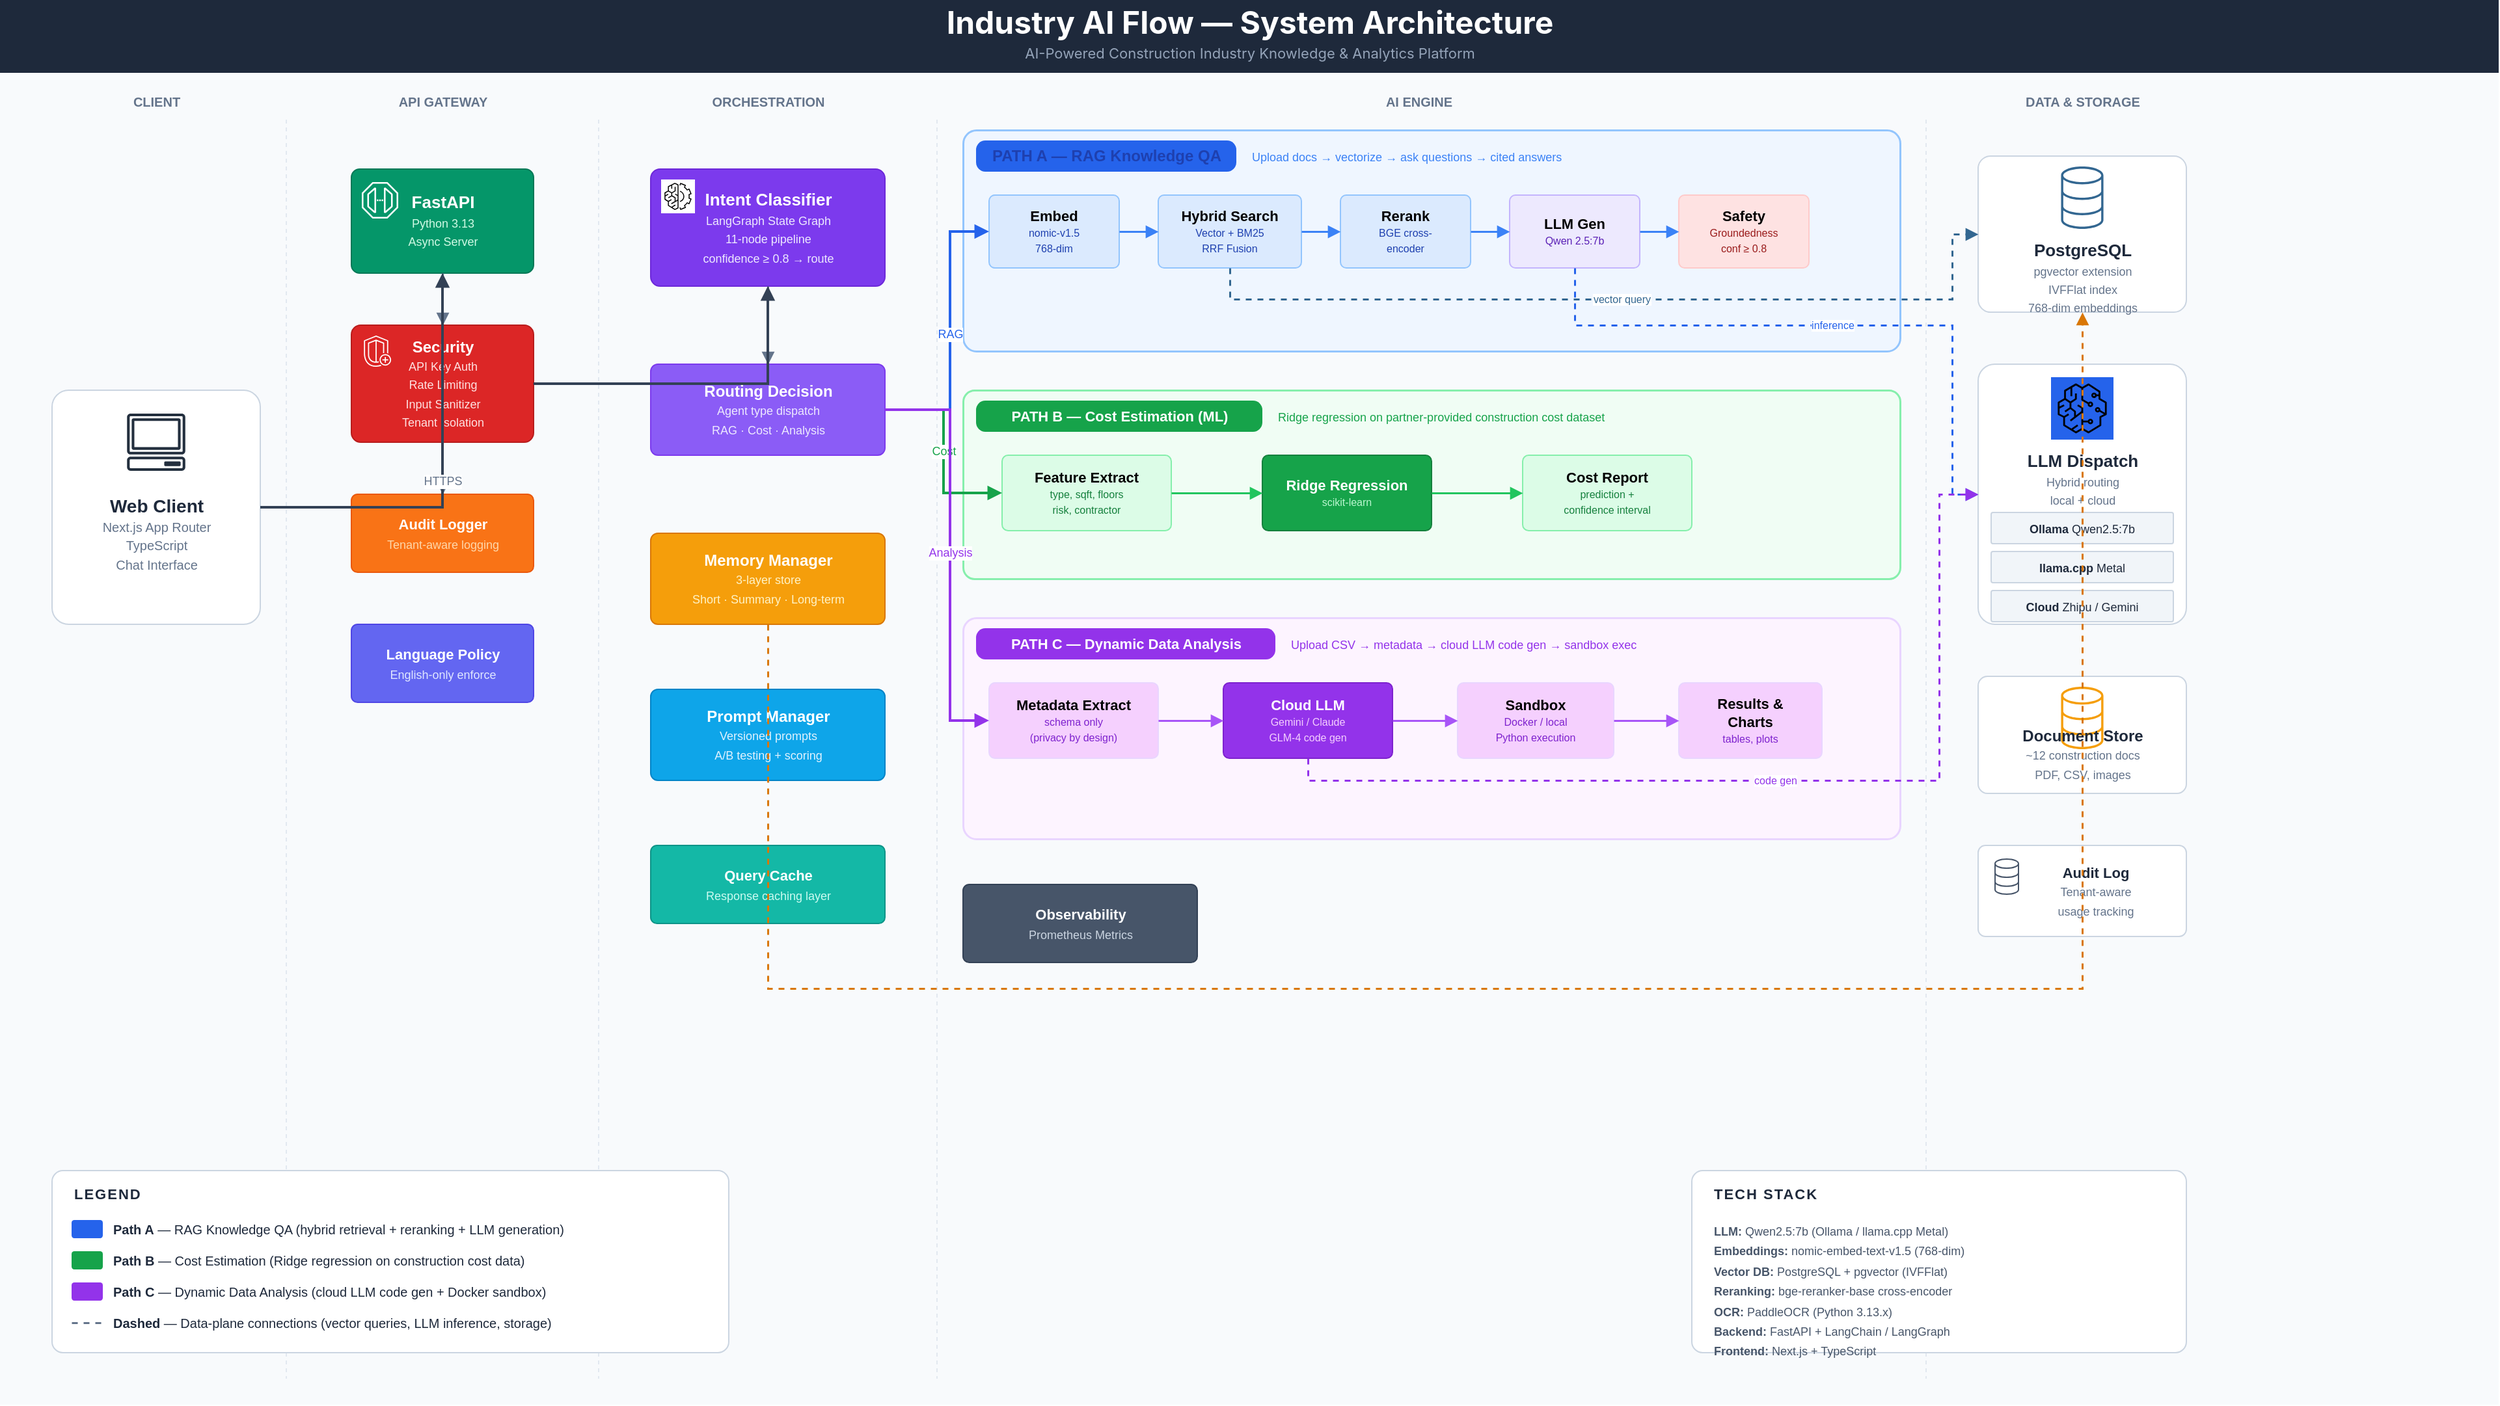
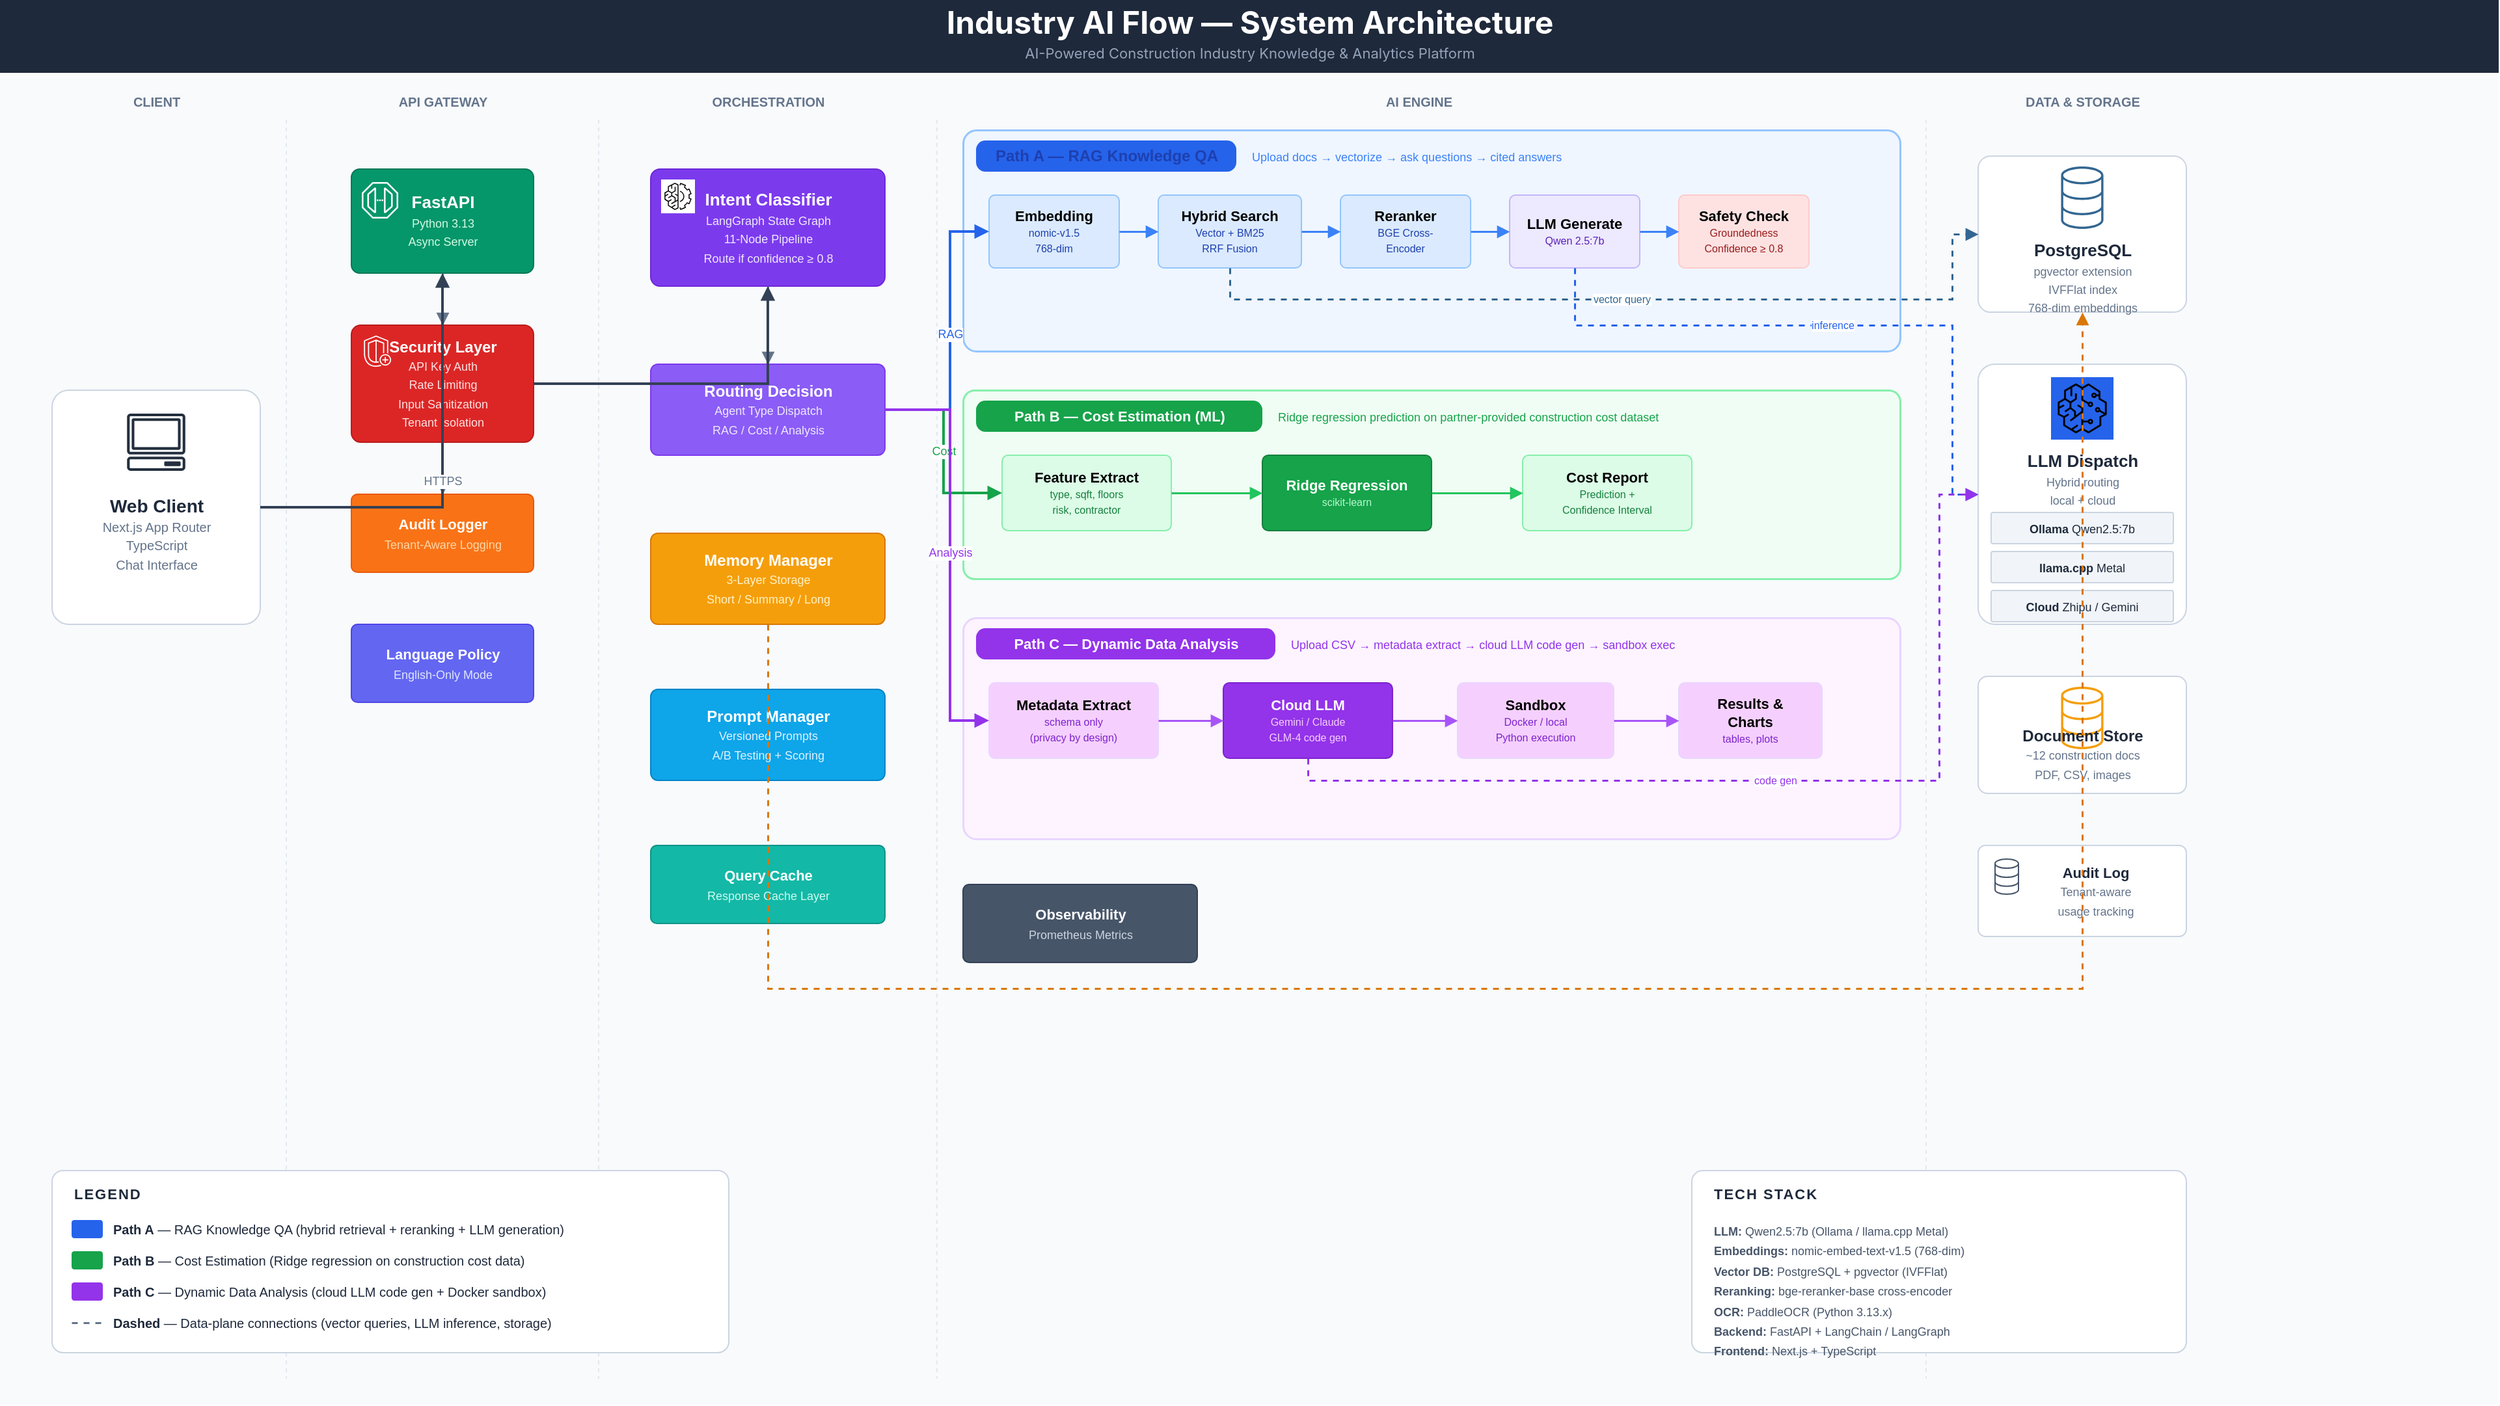
<mxfile host="app.diagrams.net" modified="2026-02-27T22:00:00.000Z" agent="Claude Code" version="24.7.12" type="device">
  <diagram id="page-overview" name="System Overview">
    <mxGraphModel dx="0" dy="0" grid="1" gridSize="10" guides="1" tooltips="1" connect="1" arrows="1" fold="1" page="1" pageScale="1" pageWidth="1920" pageHeight="1080" math="0" shadow="0">
      <root>
        <mxCell id="0"/>
        <mxCell id="1" parent="0"/>

        <!-- ===== BACKGROUND ===== -->
        <mxCell id="bg" value="" style="rounded=0;whiteSpace=wrap;html=1;fillColor=#F8FAFC;strokeColor=none;shadow=0;glass=0;gradientColor=none;" vertex="1" parent="1">
          <mxGeometry x="0" y="0" width="1920" height="1080" as="geometry"/>
        </mxCell>

        <!-- ===== TITLE BAR ===== -->
        <mxCell id="title-bar" value="" style="rounded=0;whiteSpace=wrap;html=1;fillColor=#1E293B;strokeColor=none;shadow=0;glass=0;gradientColor=none;" vertex="1" parent="1">
          <mxGeometry x="0" y="0" width="1920" height="56" as="geometry"/>
        </mxCell>
        <mxCell id="title" value="Industry AI Flow — System Architecture" style="text;html=1;strokeColor=none;fillColor=none;align=center;verticalAlign=middle;fontSize=24;fontStyle=1;fontColor=#FFFFFF;fontFamily=Inter,Helvetica;shadow=0;glass=0;gradientColor=none;" vertex="1" parent="1">
          <mxGeometry x="510" y="4" width="900" height="28" as="geometry"/>
        </mxCell>
        <mxCell id="subtitle" value="AI-Powered Construction Industry Knowledge &amp; Analytics Platform" style="text;html=1;strokeColor=none;fillColor=none;align=center;verticalAlign=middle;fontSize=11;fontColor=#94A3B8;fontFamily=Inter,Helvetica;shadow=0;glass=0;gradientColor=none;" vertex="1" parent="1">
          <mxGeometry x="610" y="32" width="700" height="18" as="geometry"/>
        </mxCell>

        <!-- ===== COLUMN HEADERS (5 columns) ===== -->
        <mxCell id="col1-hdr" value="CLIENT" style="text;html=1;strokeColor=none;fillColor=none;align=center;verticalAlign=middle;fontSize=10;fontStyle=1;fontColor=#64748B;letterSpacing=2;shadow=0;glass=0;gradientColor=none;" vertex="1" parent="1">
          <mxGeometry x="40" y="68" width="160" height="20" as="geometry"/>
        </mxCell>
        <mxCell id="col2-hdr" value="API GATEWAY" style="text;html=1;strokeColor=none;fillColor=none;align=center;verticalAlign=middle;fontSize=10;fontStyle=1;fontColor=#64748B;letterSpacing=2;shadow=0;glass=0;gradientColor=none;" vertex="1" parent="1">
          <mxGeometry x="240" y="68" width="200" height="20" as="geometry"/>
        </mxCell>
        <mxCell id="col3-hdr" value="ORCHESTRATION" style="text;html=1;strokeColor=none;fillColor=none;align=center;verticalAlign=middle;fontSize=10;fontStyle=1;fontColor=#64748B;letterSpacing=2;shadow=0;glass=0;gradientColor=none;" vertex="1" parent="1">
          <mxGeometry x="480" y="68" width="220" height="20" as="geometry"/>
        </mxCell>
        <mxCell id="col4-hdr" value="AI ENGINE" style="text;html=1;strokeColor=none;fillColor=none;align=center;verticalAlign=middle;fontSize=10;fontStyle=1;fontColor=#64748B;letterSpacing=2;shadow=0;glass=0;gradientColor=none;" vertex="1" parent="1">
          <mxGeometry x="740" y="68" width="700" height="20" as="geometry"/>
        </mxCell>
        <mxCell id="col5-hdr" value="DATA &amp; STORAGE" style="text;html=1;strokeColor=none;fillColor=none;align=center;verticalAlign=middle;fontSize=10;fontStyle=1;fontColor=#64748B;letterSpacing=2;shadow=0;glass=0;gradientColor=none;" vertex="1" parent="1">
          <mxGeometry x="1500" y="68" width="200" height="20" as="geometry"/>
        </mxCell>

        <!-- ===== COLUMN DIVIDERS ===== -->
        <mxCell id="div1" value="" style="endArrow=none;dashed=1;html=1;strokeColor=#E2E8F0;strokeWidth=1;shadow=0;glass=0;gradientColor=none;" edge="1" parent="1">
          <mxGeometry relative="1" as="geometry">
            <mxPoint x="220" y="92" as="sourcePoint"/>
            <mxPoint x="220" y="1060" as="targetPoint"/>
          </mxGeometry>
        </mxCell>
        <mxCell id="div2" value="" style="endArrow=none;dashed=1;html=1;strokeColor=#E2E8F0;strokeWidth=1;shadow=0;glass=0;gradientColor=none;" edge="1" parent="1">
          <mxGeometry relative="1" as="geometry">
            <mxPoint x="460" y="92" as="sourcePoint"/>
            <mxPoint x="460" y="1060" as="targetPoint"/>
          </mxGeometry>
        </mxCell>
        <mxCell id="div3" value="" style="endArrow=none;dashed=1;html=1;strokeColor=#E2E8F0;strokeWidth=1;shadow=0;glass=0;gradientColor=none;" edge="1" parent="1">
          <mxGeometry relative="1" as="geometry">
            <mxPoint x="720" y="92" as="sourcePoint"/>
            <mxPoint x="720" y="1060" as="targetPoint"/>
          </mxGeometry>
        </mxCell>
        <mxCell id="div4" value="" style="endArrow=none;dashed=1;html=1;strokeColor=#E2E8F0;strokeWidth=1;shadow=0;glass=0;gradientColor=none;" edge="1" parent="1">
          <mxGeometry relative="1" as="geometry">
            <mxPoint x="1480" y="92" as="sourcePoint"/>
            <mxPoint x="1480" y="1060" as="targetPoint"/>
          </mxGeometry>
        </mxCell>

        <!-- ============================================================ -->
        <!-- COLUMN 1: CLIENT                                             -->
        <!-- ============================================================ -->
        <mxCell id="client-box" value="" style="rounded=1;whiteSpace=wrap;html=1;fillColor=#FFFFFF;strokeColor=#CBD5E1;strokeWidth=1;shadow=0;glass=0;gradientColor=none;arcSize=8;" vertex="1" parent="1">
          <mxGeometry x="40" y="300" width="160" height="180" as="geometry"/>
        </mxCell>
        <mxCell id="client-icon" value="" style="shape=mxgraph.aws4.client;fillColor=#232F3E;strokeColor=none;shadow=0;glass=0;gradientColor=none;" vertex="1" parent="1">
          <mxGeometry x="90" y="318" width="60" height="44" as="geometry"/>
        </mxCell>
        <mxCell id="client-label" value="&lt;b style=&quot;font-size:14px;color:#1E293B&quot;&gt;Web Client&lt;/b&gt;&lt;br&gt;&lt;font style=&quot;font-size:10px;color:#64748B&quot;&gt;Next.js App Router&lt;br&gt;TypeScript&lt;br&gt;Chat Interface&lt;/font&gt;" style="text;html=1;strokeColor=none;fillColor=none;align=center;verticalAlign=top;shadow=0;glass=0;gradientColor=none;" vertex="1" parent="1">
          <mxGeometry x="50" y="374" width="140" height="80" as="geometry"/>
        </mxCell>

        <!-- ============================================================ -->
        <!-- COLUMN 2: API GATEWAY                                        -->
        <!-- ============================================================ -->

        <!-- FastAPI Server -->
        <mxCell id="fastapi-box" value="" style="rounded=1;whiteSpace=wrap;html=1;fillColor=#059669;strokeColor=#047857;strokeWidth=1;shadow=0;glass=0;gradientColor=none;arcSize=8;" vertex="1" parent="1">
          <mxGeometry x="270" y="130" width="140" height="80" as="geometry"/>
        </mxCell>
        <mxCell id="fastapi-icon" value="" style="shape=mxgraph.aws4.endpoint;fillColor=#FFFFFF;strokeColor=none;shadow=0;glass=0;gradientColor=none;" vertex="1" parent="1">
          <mxGeometry x="278" y="140" width="28" height="28" as="geometry"/>
        </mxCell>
        <mxCell id="fastapi-label" value="&lt;b style=&quot;color:#FFFFFF;font-size:13px&quot;&gt;FastAPI&lt;/b&gt;&lt;br&gt;&lt;font style=&quot;font-size:9px;color:#D1FAE5&quot;&gt;Python 3.13&lt;br&gt;Async Server&lt;/font&gt;" style="text;html=1;strokeColor=none;fillColor=none;align=center;verticalAlign=middle;shadow=0;glass=0;gradientColor=none;" vertex="1" parent="1">
          <mxGeometry x="270" y="140" width="140" height="60" as="geometry"/>
        </mxCell>

        <!-- Security -->
        <mxCell id="sec-box" value="" style="rounded=1;whiteSpace=wrap;html=1;fillColor=#DC2626;strokeColor=#B91C1C;strokeWidth=1;shadow=0;glass=0;gradientColor=none;arcSize=8;" vertex="1" parent="1">
          <mxGeometry x="270" y="250" width="140" height="90" as="geometry"/>
        </mxCell>
        <mxCell id="sec-icon" value="" style="shape=mxgraph.aws4.shield;fillColor=#FFFFFF;strokeColor=none;shadow=0;glass=0;gradientColor=none;" vertex="1" parent="1">
          <mxGeometry x="278" y="258" width="24" height="24" as="geometry"/>
        </mxCell>
-         <mxCell id="sec-label" value="&lt;b style=&quot;color:#FFFFFF;font-size:12px&quot;&gt;Security&lt;/b&gt;&lt;br&gt;&lt;font style=&quot;font-size:9px;color:#FEE2E2&quot;&gt;API Key Auth&lt;br&gt;Rate Limiting&lt;br&gt;Input Sanitizer&lt;br&gt;Tenant Isolation&lt;/font&gt;" style="text;html=1;strokeColor=none;fillColor=none;align=center;verticalAlign=middle;shadow=0;glass=0;gradientColor=none;" vertex="1" parent="1">
+         <mxCell id="sec-label" value="&lt;b style=&quot;color:#FFFFFF;font-size:12px&quot;&gt;Security Layer&lt;/b&gt;&lt;br&gt;&lt;font style=&quot;font-size:9px;color:#FEE2E2&quot;&gt;API Key Auth&lt;br&gt;Rate Limiting&lt;br&gt;Input Sanitization&lt;br&gt;Tenant Isolation&lt;/font&gt;" style="text;html=1;strokeColor=none;fillColor=none;align=center;verticalAlign=middle;shadow=0;glass=0;gradientColor=none;" vertex="1" parent="1">
          <mxGeometry x="270" y="254" width="140" height="82" as="geometry"/>
        </mxCell>

        <!-- Rate Limiter -->
        <mxCell id="rate-box" value="" style="rounded=1;whiteSpace=wrap;html=1;fillColor=#F97316;strokeColor=#EA580C;strokeWidth=1;shadow=0;glass=0;gradientColor=none;arcSize=8;" vertex="1" parent="1">
          <mxGeometry x="270" y="380" width="140" height="60" as="geometry"/>
        </mxCell>
-         <mxCell id="rate-label" value="&lt;b style=&quot;color:#FFFFFF;font-size:11px&quot;&gt;Audit Logger&lt;/b&gt;&lt;br&gt;&lt;font style=&quot;font-size:9px;color:#FED7AA&quot;&gt;Tenant-aware logging&lt;/font&gt;" style="text;html=1;strokeColor=none;fillColor=none;align=center;verticalAlign=middle;shadow=0;glass=0;gradientColor=none;" vertex="1" parent="1">
+         <mxCell id="rate-label" value="&lt;b style=&quot;color:#FFFFFF;font-size:11px&quot;&gt;Audit Logger&lt;/b&gt;&lt;br&gt;&lt;font style=&quot;font-size:9px;color:#FED7AA&quot;&gt;Tenant-Aware Logging&lt;/font&gt;" style="text;html=1;strokeColor=none;fillColor=none;align=center;verticalAlign=middle;shadow=0;glass=0;gradientColor=none;" vertex="1" parent="1">
          <mxGeometry x="270" y="380" width="140" height="60" as="geometry"/>
        </mxCell>

        <!-- Language Policy -->
        <mxCell id="lang-box" value="" style="rounded=1;whiteSpace=wrap;html=1;fillColor=#6366F1;strokeColor=#4F46E5;strokeWidth=1;shadow=0;glass=0;gradientColor=none;arcSize=8;" vertex="1" parent="1">
          <mxGeometry x="270" y="480" width="140" height="60" as="geometry"/>
        </mxCell>
-         <mxCell id="lang-label" value="&lt;b style=&quot;color:#FFFFFF;font-size:11px&quot;&gt;Language Policy&lt;/b&gt;&lt;br&gt;&lt;font style=&quot;font-size:9px;color:#E0E7FF&quot;&gt;English-only enforce&lt;/font&gt;" style="text;html=1;strokeColor=none;fillColor=none;align=center;verticalAlign=middle;shadow=0;glass=0;gradientColor=none;" vertex="1" parent="1">
+         <mxCell id="lang-label" value="&lt;b style=&quot;color:#FFFFFF;font-size:11px&quot;&gt;Language Policy&lt;/b&gt;&lt;br&gt;&lt;font style=&quot;font-size:9px;color:#E0E7FF&quot;&gt;English-Only Mode&lt;/font&gt;" style="text;html=1;strokeColor=none;fillColor=none;align=center;verticalAlign=middle;shadow=0;glass=0;gradientColor=none;" vertex="1" parent="1">
          <mxGeometry x="270" y="480" width="140" height="60" as="geometry"/>
        </mxCell>

        <!-- Gateway internal arrows -->
        <mxCell id="gw-a1" style="edgeStyle=orthogonalEdgeStyle;orthogonalLoop=1;html=1;endArrow=block;endFill=1;strokeColor=#64748B;strokeWidth=1.5;shadow=0;glass=0;gradientColor=none;rounded=0;" edge="1" parent="1" source="fastapi-box" target="sec-box">
          <mxGeometry relative="1" as="geometry"/>
        </mxCell>
        <mxCell id="gw-a2" style="edgeStyle=orthogonalEdgeStyle;orthogonalLoop=1;html=1;endArrow=block;endFill=1;strokeColor=#64748B;strokeWidth=1.5;shadow=0;glass=0;gradientColor=none;rounded=0;" edge="1" parent="1" source="sec-box" target="rate-box">
          <mxGeometry relative="1" as="geometry"/>
        </mxCell>

        <!-- ============================================================ -->
        <!-- COLUMN 3: ORCHESTRATION                                      -->
        <!-- ============================================================ -->

        <!-- Intent Classification -->
        <mxCell id="intent-box" value="" style="rounded=1;whiteSpace=wrap;html=1;fillColor=#7C3AED;strokeColor=#6D28D9;strokeWidth=1;shadow=0;glass=0;gradientColor=none;arcSize=8;" vertex="1" parent="1">
          <mxGeometry x="500" y="130" width="180" height="90" as="geometry"/>
        </mxCell>
        <mxCell id="intent-icon" value="" style="shape=mxgraph.aws4.resourceIcon;resIcon=mxgraph.aws4.machine_learning;fillColor=#FFFFFF;strokeColor=none;shadow=0;glass=0;gradientColor=none;" vertex="1" parent="1">
          <mxGeometry x="508" y="138" width="26" height="26" as="geometry"/>
        </mxCell>
-         <mxCell id="intent-label" value="&lt;b style=&quot;color:#FFFFFF;font-size:13px&quot;&gt;Intent Classifier&lt;/b&gt;&lt;br&gt;&lt;font style=&quot;font-size:9px;color:#EDE9FE&quot;&gt;LangGraph State Graph&lt;br&gt;11-node pipeline&lt;br&gt;confidence ≥ 0.8 → route&lt;/font&gt;" style="text;html=1;strokeColor=none;fillColor=none;align=center;verticalAlign=middle;shadow=0;glass=0;gradientColor=none;" vertex="1" parent="1">
+         <mxCell id="intent-label" value="&lt;b style=&quot;color:#FFFFFF;font-size:13px&quot;&gt;Intent Classifier&lt;/b&gt;&lt;br&gt;&lt;font style=&quot;font-size:9px;color:#EDE9FE&quot;&gt;LangGraph State Graph&lt;br&gt;11-Node Pipeline&lt;br&gt;Route if confidence &amp;ge; 0.8&lt;/font&gt;" style="text;html=1;strokeColor=none;fillColor=none;align=center;verticalAlign=middle;shadow=0;glass=0;gradientColor=none;" vertex="1" parent="1">
          <mxGeometry x="500" y="135" width="180" height="80" as="geometry"/>
        </mxCell>

        <!-- Route Decision -->
        <mxCell id="route-box" value="" style="rounded=1;whiteSpace=wrap;html=1;fillColor=#8B5CF6;strokeColor=#7C3AED;strokeWidth=1;shadow=0;glass=0;gradientColor=none;arcSize=8;" vertex="1" parent="1">
          <mxGeometry x="500" y="280" width="180" height="70" as="geometry"/>
        </mxCell>
-         <mxCell id="route-label" value="&lt;b style=&quot;color:#FFFFFF;font-size:12px&quot;&gt;Routing Decision&lt;/b&gt;&lt;br&gt;&lt;font style=&quot;font-size:9px;color:#EDE9FE&quot;&gt;Agent type dispatch&lt;br&gt;RAG · Cost · Analysis&lt;/font&gt;" style="text;html=1;strokeColor=none;fillColor=none;align=center;verticalAlign=middle;shadow=0;glass=0;gradientColor=none;" vertex="1" parent="1">
+         <mxCell id="route-label" value="&lt;b style=&quot;color:#FFFFFF;font-size:12px&quot;&gt;Routing Decision&lt;/b&gt;&lt;br&gt;&lt;font style=&quot;font-size:9px;color:#EDE9FE&quot;&gt;Agent Type Dispatch&lt;br&gt;RAG / Cost / Analysis&lt;/font&gt;" style="text;html=1;strokeColor=none;fillColor=none;align=center;verticalAlign=middle;shadow=0;glass=0;gradientColor=none;" vertex="1" parent="1">
          <mxGeometry x="500" y="280" width="180" height="70" as="geometry"/>
        </mxCell>

        <!-- Memory Manager -->
        <mxCell id="mem-box" value="" style="rounded=1;whiteSpace=wrap;html=1;fillColor=#F59E0B;strokeColor=#D97706;strokeWidth=1;shadow=0;glass=0;gradientColor=none;arcSize=8;" vertex="1" parent="1">
          <mxGeometry x="500" y="410" width="180" height="70" as="geometry"/>
        </mxCell>
-         <mxCell id="mem-label" value="&lt;b style=&quot;color:#FFFFFF;font-size:12px&quot;&gt;Memory Manager&lt;/b&gt;&lt;br&gt;&lt;font style=&quot;font-size:9px;color:#FEF3C7&quot;&gt;3-layer store&lt;br&gt;Short · Summary · Long-term&lt;/font&gt;" style="text;html=1;strokeColor=none;fillColor=none;align=center;verticalAlign=middle;shadow=0;glass=0;gradientColor=none;" vertex="1" parent="1">
+         <mxCell id="mem-label" value="&lt;b style=&quot;color:#FFFFFF;font-size:12px&quot;&gt;Memory Manager&lt;/b&gt;&lt;br&gt;&lt;font style=&quot;font-size:9px;color:#FEF3C7&quot;&gt;3-Layer Storage&lt;br&gt;Short / Summary / Long&lt;/font&gt;" style="text;html=1;strokeColor=none;fillColor=none;align=center;verticalAlign=middle;shadow=0;glass=0;gradientColor=none;" vertex="1" parent="1">
          <mxGeometry x="500" y="410" width="180" height="70" as="geometry"/>
        </mxCell>

        <!-- Prompt Manager -->
        <mxCell id="prompt-box" value="" style="rounded=1;whiteSpace=wrap;html=1;fillColor=#0EA5E9;strokeColor=#0284C7;strokeWidth=1;shadow=0;glass=0;gradientColor=none;arcSize=8;" vertex="1" parent="1">
          <mxGeometry x="500" y="530" width="180" height="70" as="geometry"/>
        </mxCell>
-         <mxCell id="prompt-label" value="&lt;b style=&quot;color:#FFFFFF;font-size:12px&quot;&gt;Prompt Manager&lt;/b&gt;&lt;br&gt;&lt;font style=&quot;font-size:9px;color:#E0F2FE&quot;&gt;Versioned prompts&lt;br&gt;A/B testing + scoring&lt;/font&gt;" style="text;html=1;strokeColor=none;fillColor=none;align=center;verticalAlign=middle;shadow=0;glass=0;gradientColor=none;" vertex="1" parent="1">
+         <mxCell id="prompt-label" value="&lt;b style=&quot;color:#FFFFFF;font-size:12px&quot;&gt;Prompt Manager&lt;/b&gt;&lt;br&gt;&lt;font style=&quot;font-size:9px;color:#E0F2FE&quot;&gt;Versioned Prompts&lt;br&gt;A/B Testing + Scoring&lt;/font&gt;" style="text;html=1;strokeColor=none;fillColor=none;align=center;verticalAlign=middle;shadow=0;glass=0;gradientColor=none;" vertex="1" parent="1">
          <mxGeometry x="500" y="530" width="180" height="70" as="geometry"/>
        </mxCell>

        <!-- Query Cache -->
        <mxCell id="cache-box" value="" style="rounded=1;whiteSpace=wrap;html=1;fillColor=#14B8A6;strokeColor=#0D9488;strokeWidth=1;shadow=0;glass=0;gradientColor=none;arcSize=8;" vertex="1" parent="1">
          <mxGeometry x="500" y="650" width="180" height="60" as="geometry"/>
        </mxCell>
-         <mxCell id="cache-label" value="&lt;b style=&quot;color:#FFFFFF;font-size:11px&quot;&gt;Query Cache&lt;/b&gt;&lt;br&gt;&lt;font style=&quot;font-size:9px;color:#CCFBF1&quot;&gt;Response caching layer&lt;/font&gt;" style="text;html=1;strokeColor=none;fillColor=none;align=center;verticalAlign=middle;shadow=0;glass=0;gradientColor=none;" vertex="1" parent="1">
+         <mxCell id="cache-label" value="&lt;b style=&quot;color:#FFFFFF;font-size:11px&quot;&gt;Query Cache&lt;/b&gt;&lt;br&gt;&lt;font style=&quot;font-size:9px;color:#CCFBF1&quot;&gt;Response Cache Layer&lt;/font&gt;" style="text;html=1;strokeColor=none;fillColor=none;align=center;verticalAlign=middle;shadow=0;glass=0;gradientColor=none;" vertex="1" parent="1">
          <mxGeometry x="500" y="650" width="180" height="60" as="geometry"/>
        </mxCell>

        <!-- Orchestration internal arrows -->
        <mxCell id="orch-a1" style="edgeStyle=orthogonalEdgeStyle;orthogonalLoop=1;html=1;endArrow=block;endFill=1;strokeColor=#64748B;strokeWidth=1.5;shadow=0;glass=0;gradientColor=none;rounded=0;" edge="1" parent="1" source="intent-box" target="route-box">
          <mxGeometry relative="1" as="geometry"/>
        </mxCell>

        <!-- ============================================================ -->
        <!-- COLUMN 4: AI ENGINE — PATH A: RAG Knowledge QA               -->
        <!-- ============================================================ -->

        <!-- RAG Container -->
        <mxCell id="rag-container" value="" style="rounded=1;whiteSpace=wrap;html=1;fillColor=#EFF6FF;strokeColor=#93C5FD;strokeWidth=1.5;shadow=0;glass=0;gradientColor=none;arcSize=6;" vertex="1" parent="1">
          <mxGeometry x="740" y="100" width="720" height="170" as="geometry"/>
        </mxCell>
-         <mxCell id="rag-badge" value="&lt;b style=&quot;color:#1E40AF;font-size:12px&quot;&gt;PATH A — RAG Knowledge QA&lt;/b&gt;" style="text;html=1;strokeColor=none;fillColor=#2563EB;fontColor=#FFFFFF;align=center;verticalAlign=middle;rounded=1;arcSize=30;shadow=0;glass=0;gradientColor=none;spacingLeft=8;spacingRight=8;fontSize=11;" vertex="1" parent="1">
+         <mxCell id="rag-badge" value="&lt;b style=&quot;color:#1E40AF;font-size:12px&quot;&gt;Path A — RAG Knowledge QA&lt;/b&gt;" style="text;html=1;strokeColor=none;fillColor=#2563EB;fontColor=#FFFFFF;align=center;verticalAlign=middle;rounded=1;arcSize=30;shadow=0;glass=0;gradientColor=none;spacingLeft=8;spacingRight=8;fontSize=11;" vertex="1" parent="1">
          <mxGeometry x="750" y="108" width="200" height="24" as="geometry"/>
        </mxCell>
        <mxCell id="rag-desc" value="&lt;font style=&quot;font-size:9px;color:#3B82F6&quot;&gt;Upload docs → vectorize → ask questions → cited answers&lt;/font&gt;" style="text;html=1;strokeColor=none;fillColor=none;align=left;verticalAlign=middle;shadow=0;glass=0;gradientColor=none;" vertex="1" parent="1">
          <mxGeometry x="960" y="108" width="340" height="24" as="geometry"/>
        </mxCell>

        <!-- Embed -->
-         <mxCell id="rag-embed" value="&lt;b style=&quot;font-size:11px&quot;&gt;Embed&lt;/b&gt;&lt;br&gt;&lt;font style=&quot;font-size:8px;color:#1E40AF&quot;&gt;nomic-v1.5&lt;br&gt;768-dim&lt;/font&gt;" style="rounded=1;whiteSpace=wrap;html=1;fillColor=#DBEAFE;strokeColor=#93C5FD;strokeWidth=1;fontSize=10;arcSize=8;shadow=0;glass=0;gradientColor=none;" vertex="1" parent="1">
+         <mxCell id="rag-embed" value="&lt;b style=&quot;font-size:11px&quot;&gt;Embedding&lt;/b&gt;&lt;br&gt;&lt;font style=&quot;font-size:8px;color:#1E40AF&quot;&gt;nomic-v1.5&lt;br&gt;768-dim&lt;/font&gt;" style="rounded=1;whiteSpace=wrap;html=1;fillColor=#DBEAFE;strokeColor=#93C5FD;strokeWidth=1;fontSize=10;arcSize=8;shadow=0;glass=0;gradientColor=none;" vertex="1" parent="1">
          <mxGeometry x="760" y="150" width="100" height="56" as="geometry"/>
        </mxCell>
        <!-- Hybrid Search -->
        <mxCell id="rag-search" value="&lt;b style=&quot;font-size:11px&quot;&gt;Hybrid Search&lt;/b&gt;&lt;br&gt;&lt;font style=&quot;font-size:8px;color:#1E40AF&quot;&gt;Vector + BM25&lt;br&gt;RRF Fusion&lt;/font&gt;" style="rounded=1;whiteSpace=wrap;html=1;fillColor=#DBEAFE;strokeColor=#93C5FD;strokeWidth=1;fontSize=10;arcSize=8;shadow=0;glass=0;gradientColor=none;" vertex="1" parent="1">
          <mxGeometry x="890" y="150" width="110" height="56" as="geometry"/>
        </mxCell>
        <!-- Reranker -->
-         <mxCell id="rag-rerank" value="&lt;b style=&quot;font-size:11px&quot;&gt;Rerank&lt;/b&gt;&lt;br&gt;&lt;font style=&quot;font-size:8px;color:#1E40AF&quot;&gt;BGE cross-&lt;br&gt;encoder&lt;/font&gt;" style="rounded=1;whiteSpace=wrap;html=1;fillColor=#DBEAFE;strokeColor=#93C5FD;strokeWidth=1;fontSize=10;arcSize=8;shadow=0;glass=0;gradientColor=none;" vertex="1" parent="1">
+         <mxCell id="rag-rerank" value="&lt;b style=&quot;font-size:11px&quot;&gt;Reranker&lt;/b&gt;&lt;br&gt;&lt;font style=&quot;font-size:8px;color:#1E40AF&quot;&gt;BGE Cross-&lt;br&gt;Encoder&lt;/font&gt;" style="rounded=1;whiteSpace=wrap;html=1;fillColor=#DBEAFE;strokeColor=#93C5FD;strokeWidth=1;fontSize=10;arcSize=8;shadow=0;glass=0;gradientColor=none;" vertex="1" parent="1">
          <mxGeometry x="1030" y="150" width="100" height="56" as="geometry"/>
        </mxCell>
        <!-- LLM Generate -->
-         <mxCell id="rag-llm" value="&lt;b style=&quot;font-size:11px&quot;&gt;LLM Gen&lt;/b&gt;&lt;br&gt;&lt;font style=&quot;font-size:8px;color:#5B21B6&quot;&gt;Qwen 2.5:7b&lt;/font&gt;" style="rounded=1;whiteSpace=wrap;html=1;fillColor=#EDE9FE;strokeColor=#C4B5FD;strokeWidth=1;fontSize=10;arcSize=8;shadow=0;glass=0;gradientColor=none;" vertex="1" parent="1">
+         <mxCell id="rag-llm" value="&lt;b style=&quot;font-size:11px&quot;&gt;LLM Generate&lt;/b&gt;&lt;br&gt;&lt;font style=&quot;font-size:8px;color:#5B21B6&quot;&gt;Qwen 2.5:7b&lt;/font&gt;" style="rounded=1;whiteSpace=wrap;html=1;fillColor=#EDE9FE;strokeColor=#C4B5FD;strokeWidth=1;fontSize=10;arcSize=8;shadow=0;glass=0;gradientColor=none;" vertex="1" parent="1">
          <mxGeometry x="1160" y="150" width="100" height="56" as="geometry"/>
        </mxCell>
        <!-- Safety / Groundedness -->
-         <mxCell id="rag-safety" value="&lt;b style=&quot;font-size:11px&quot;&gt;Safety&lt;/b&gt;&lt;br&gt;&lt;font style=&quot;font-size:8px;color:#991B1B&quot;&gt;Groundedness&lt;br&gt;conf ≥ 0.8&lt;/font&gt;" style="rounded=1;whiteSpace=wrap;html=1;fillColor=#FEE2E2;strokeColor=#FECACA;strokeWidth=1;fontSize=10;arcSize=8;shadow=0;glass=0;gradientColor=none;" vertex="1" parent="1">
+         <mxCell id="rag-safety" value="&lt;b style=&quot;font-size:11px&quot;&gt;Safety Check&lt;/b&gt;&lt;br&gt;&lt;font style=&quot;font-size:8px;color:#991B1B&quot;&gt;Groundedness&lt;br&gt;Confidence ≥ 0.8&lt;/font&gt;" style="rounded=1;whiteSpace=wrap;html=1;fillColor=#FEE2E2;strokeColor=#FECACA;strokeWidth=1;fontSize=10;arcSize=8;shadow=0;glass=0;gradientColor=none;" vertex="1" parent="1">
          <mxGeometry x="1290" y="150" width="100" height="56" as="geometry"/>
        </mxCell>

        <!-- RAG arrows -->
        <mxCell id="ra1" style="edgeStyle=orthogonalEdgeStyle;orthogonalLoop=1;html=1;endArrow=block;endFill=1;strokeColor=#3B82F6;strokeWidth=1.5;shadow=0;glass=0;gradientColor=none;rounded=0;" edge="1" parent="1" source="rag-embed" target="rag-search">
          <mxGeometry relative="1" as="geometry"/>
        </mxCell>
        <mxCell id="ra2" style="edgeStyle=orthogonalEdgeStyle;orthogonalLoop=1;html=1;endArrow=block;endFill=1;strokeColor=#3B82F6;strokeWidth=1.5;shadow=0;glass=0;gradientColor=none;rounded=0;" edge="1" parent="1" source="rag-search" target="rag-rerank">
          <mxGeometry relative="1" as="geometry"/>
        </mxCell>
        <mxCell id="ra3" style="edgeStyle=orthogonalEdgeStyle;orthogonalLoop=1;html=1;endArrow=block;endFill=1;strokeColor=#3B82F6;strokeWidth=1.5;shadow=0;glass=0;gradientColor=none;rounded=0;" edge="1" parent="1" source="rag-rerank" target="rag-llm">
          <mxGeometry relative="1" as="geometry"/>
        </mxCell>
        <mxCell id="ra4" style="edgeStyle=orthogonalEdgeStyle;orthogonalLoop=1;html=1;endArrow=block;endFill=1;strokeColor=#3B82F6;strokeWidth=1.5;shadow=0;glass=0;gradientColor=none;rounded=0;" edge="1" parent="1" source="rag-llm" target="rag-safety">
          <mxGeometry relative="1" as="geometry"/>
        </mxCell>

        <!-- ============================================================ -->
        <!-- COLUMN 4: AI ENGINE — PATH B: Cost Estimation                -->
        <!-- ============================================================ -->

        <!-- Cost Container -->
        <mxCell id="cost-container" value="" style="rounded=1;whiteSpace=wrap;html=1;fillColor=#F0FDF4;strokeColor=#86EFAC;strokeWidth=1.5;shadow=0;glass=0;gradientColor=none;arcSize=6;" vertex="1" parent="1">
          <mxGeometry x="740" y="300" width="720" height="145" as="geometry"/>
        </mxCell>
-         <mxCell id="cost-badge" value="&lt;b style=&quot;color:#FFFFFF;font-size:11px&quot;&gt;PATH B — Cost Estimation (ML)&lt;/b&gt;" style="text;html=1;strokeColor=none;fillColor=#16A34A;align=center;verticalAlign=middle;rounded=1;arcSize=30;shadow=0;glass=0;gradientColor=none;spacingLeft=8;spacingRight=8;" vertex="1" parent="1">
+         <mxCell id="cost-badge" value="&lt;b style=&quot;color:#FFFFFF;font-size:11px&quot;&gt;Path B — Cost Estimation (ML)&lt;/b&gt;" style="text;html=1;strokeColor=none;fillColor=#16A34A;align=center;verticalAlign=middle;rounded=1;arcSize=30;shadow=0;glass=0;gradientColor=none;spacingLeft=8;spacingRight=8;" vertex="1" parent="1">
          <mxGeometry x="750" y="308" width="220" height="24" as="geometry"/>
        </mxCell>
-         <mxCell id="cost-desc" value="&lt;font style=&quot;font-size:9px;color:#16A34A&quot;&gt;Ridge regression on partner-provided construction cost dataset&lt;/font&gt;" style="text;html=1;strokeColor=none;fillColor=none;align=left;verticalAlign=middle;shadow=0;glass=0;gradientColor=none;" vertex="1" parent="1">
+         <mxCell id="cost-desc" value="&lt;font style=&quot;font-size:9px;color:#16A34A&quot;&gt;Ridge regression prediction on partner-provided construction cost dataset&lt;/font&gt;" style="text;html=1;strokeColor=none;fillColor=none;align=left;verticalAlign=middle;shadow=0;glass=0;gradientColor=none;" vertex="1" parent="1">
          <mxGeometry x="980" y="308" width="380" height="24" as="geometry"/>
        </mxCell>

        <!-- Feature Extraction -->
        <mxCell id="cost-feat" value="&lt;b style=&quot;font-size:11px&quot;&gt;Feature Extract&lt;/b&gt;&lt;br&gt;&lt;font style=&quot;font-size:8px;color:#15803D&quot;&gt;type, sqft, floors&lt;br&gt;risk, contractor&lt;/font&gt;" style="rounded=1;whiteSpace=wrap;html=1;fillColor=#DCFCE7;strokeColor=#86EFAC;strokeWidth=1;fontSize=10;arcSize=8;shadow=0;glass=0;gradientColor=none;" vertex="1" parent="1">
          <mxGeometry x="770" y="350" width="130" height="58" as="geometry"/>
        </mxCell>
        <!-- Ridge Regression -->
        <mxCell id="cost-model" value="&lt;b style=&quot;font-size:11px;color:#FFFFFF&quot;&gt;Ridge Regression&lt;/b&gt;&lt;br&gt;&lt;font style=&quot;font-size:8px;color:#BBF7D0&quot;&gt;scikit-learn&lt;/font&gt;" style="rounded=1;whiteSpace=wrap;html=1;fillColor=#16A34A;strokeColor=#15803D;strokeWidth=1;fontSize=10;arcSize=8;shadow=0;glass=0;gradientColor=none;" vertex="1" parent="1">
          <mxGeometry x="970" y="350" width="130" height="58" as="geometry"/>
        </mxCell>
        <!-- Cost Report -->
-         <mxCell id="cost-result" value="&lt;b style=&quot;font-size:11px&quot;&gt;Cost Report&lt;/b&gt;&lt;br&gt;&lt;font style=&quot;font-size:8px;color:#15803D&quot;&gt;prediction +&lt;br&gt;confidence interval&lt;/font&gt;" style="rounded=1;whiteSpace=wrap;html=1;fillColor=#DCFCE7;strokeColor=#86EFAC;strokeWidth=1;fontSize=10;arcSize=8;shadow=0;glass=0;gradientColor=none;" vertex="1" parent="1">
+         <mxCell id="cost-result" value="&lt;b style=&quot;font-size:11px&quot;&gt;Cost Report&lt;/b&gt;&lt;br&gt;&lt;font style=&quot;font-size:8px;color:#15803D&quot;&gt;Prediction +&lt;br&gt;Confidence Interval&lt;/font&gt;" style="rounded=1;whiteSpace=wrap;html=1;fillColor=#DCFCE7;strokeColor=#86EFAC;strokeWidth=1;fontSize=10;arcSize=8;shadow=0;glass=0;gradientColor=none;" vertex="1" parent="1">
          <mxGeometry x="1170" y="350" width="130" height="58" as="geometry"/>
        </mxCell>

        <!-- Cost arrows -->
        <mxCell id="ca1" style="edgeStyle=orthogonalEdgeStyle;orthogonalLoop=1;html=1;endArrow=block;endFill=1;strokeColor=#22C55E;strokeWidth=1.5;shadow=0;glass=0;gradientColor=none;rounded=0;" edge="1" parent="1" source="cost-feat" target="cost-model">
          <mxGeometry relative="1" as="geometry"/>
        </mxCell>
        <mxCell id="ca2" style="edgeStyle=orthogonalEdgeStyle;orthogonalLoop=1;html=1;endArrow=block;endFill=1;strokeColor=#22C55E;strokeWidth=1.5;shadow=0;glass=0;gradientColor=none;rounded=0;" edge="1" parent="1" source="cost-model" target="cost-result">
          <mxGeometry relative="1" as="geometry"/>
        </mxCell>

        <!-- ============================================================ -->
        <!-- COLUMN 4: AI ENGINE — PATH C: Dynamic Data Analysis          -->
        <!-- ============================================================ -->

        <!-- Data Analysis Container -->
        <mxCell id="data-container" value="" style="rounded=1;whiteSpace=wrap;html=1;fillColor=#FDF4FF;strokeColor=#E9D5FF;strokeWidth=1.5;shadow=0;glass=0;gradientColor=none;arcSize=6;" vertex="1" parent="1">
          <mxGeometry x="740" y="475" width="720" height="170" as="geometry"/>
        </mxCell>
-         <mxCell id="data-badge" value="&lt;b style=&quot;color:#FFFFFF;font-size:11px&quot;&gt;PATH C — Dynamic Data Analysis&lt;/b&gt;" style="text;html=1;strokeColor=none;fillColor=#9333EA;align=center;verticalAlign=middle;rounded=1;arcSize=30;shadow=0;glass=0;gradientColor=none;spacingLeft=8;spacingRight=8;" vertex="1" parent="1">
+         <mxCell id="data-badge" value="&lt;b style=&quot;color:#FFFFFF;font-size:11px&quot;&gt;Path C — Dynamic Data Analysis&lt;/b&gt;" style="text;html=1;strokeColor=none;fillColor=#9333EA;align=center;verticalAlign=middle;rounded=1;arcSize=30;shadow=0;glass=0;gradientColor=none;spacingLeft=8;spacingRight=8;" vertex="1" parent="1">
          <mxGeometry x="750" y="483" width="230" height="24" as="geometry"/>
        </mxCell>
-         <mxCell id="data-desc" value="&lt;font style=&quot;font-size:9px;color:#9333EA&quot;&gt;Upload CSV → metadata → cloud LLM code gen → sandbox exec&lt;/font&gt;" style="text;html=1;strokeColor=none;fillColor=none;align=left;verticalAlign=middle;shadow=0;glass=0;gradientColor=none;" vertex="1" parent="1">
+         <mxCell id="data-desc" value="&lt;font style=&quot;font-size:9px;color:#9333EA&quot;&gt;Upload CSV → metadata extract → cloud LLM code gen → sandbox exec&lt;/font&gt;" style="text;html=1;strokeColor=none;fillColor=none;align=left;verticalAlign=middle;shadow=0;glass=0;gradientColor=none;" vertex="1" parent="1">
          <mxGeometry x="990" y="483" width="380" height="24" as="geometry"/>
        </mxCell>

        <!-- Metadata Extract -->
        <mxCell id="data-meta" value="&lt;b style=&quot;font-size:11px&quot;&gt;Metadata Extract&lt;/b&gt;&lt;br&gt;&lt;font style=&quot;font-size:8px;color:#7E22CE&quot;&gt;schema only&lt;br&gt;(privacy by design)&lt;/font&gt;" style="rounded=1;whiteSpace=wrap;html=1;fillColor=#F5D0FE;strokeColor=#E9D5FF;strokeWidth=1;fontSize=10;arcSize=8;shadow=0;glass=0;gradientColor=none;" vertex="1" parent="1">
          <mxGeometry x="760" y="525" width="130" height="58" as="geometry"/>
        </mxCell>
        <!-- Cloud LLM -->
        <mxCell id="data-cloud" value="&lt;b style=&quot;font-size:11px;color:#FFFFFF&quot;&gt;Cloud LLM&lt;/b&gt;&lt;br&gt;&lt;font style=&quot;font-size:8px;color:#F5D0FE&quot;&gt;Gemini / Claude&lt;br&gt;GLM-4 code gen&lt;/font&gt;" style="rounded=1;whiteSpace=wrap;html=1;fillColor=#9333EA;strokeColor=#7E22CE;strokeWidth=1;fontSize=10;arcSize=8;shadow=0;glass=0;gradientColor=none;" vertex="1" parent="1">
          <mxGeometry x="940" y="525" width="130" height="58" as="geometry"/>
        </mxCell>
        <!-- Docker Sandbox -->
        <mxCell id="data-sandbox" value="&lt;b style=&quot;font-size:11px&quot;&gt;Sandbox&lt;/b&gt;&lt;br&gt;&lt;font style=&quot;font-size:8px;color:#7E22CE&quot;&gt;Docker / local&lt;br&gt;Python execution&lt;/font&gt;" style="rounded=1;whiteSpace=wrap;html=1;fillColor=#F5D0FE;strokeColor=#E9D5FF;strokeWidth=1;fontSize=10;arcSize=8;shadow=0;glass=0;gradientColor=none;" vertex="1" parent="1">
          <mxGeometry x="1120" y="525" width="120" height="58" as="geometry"/>
        </mxCell>
        <!-- Results / Viz -->
        <mxCell id="data-viz" value="&lt;b style=&quot;font-size:11px&quot;&gt;Results &amp;&lt;br&gt;Charts&lt;/b&gt;&lt;br&gt;&lt;font style=&quot;font-size:8px;color:#7E22CE&quot;&gt;tables, plots&lt;/font&gt;" style="rounded=1;whiteSpace=wrap;html=1;fillColor=#F5D0FE;strokeColor=#E9D5FF;strokeWidth=1;fontSize=10;arcSize=8;shadow=0;glass=0;gradientColor=none;" vertex="1" parent="1">
          <mxGeometry x="1290" y="525" width="110" height="58" as="geometry"/>
        </mxCell>

        <!-- Data Analysis arrows -->
        <mxCell id="da1" style="edgeStyle=orthogonalEdgeStyle;orthogonalLoop=1;html=1;endArrow=block;endFill=1;strokeColor=#A855F7;strokeWidth=1.5;shadow=0;glass=0;gradientColor=none;rounded=0;" edge="1" parent="1" source="data-meta" target="data-cloud">
          <mxGeometry relative="1" as="geometry"/>
        </mxCell>
        <mxCell id="da2" style="edgeStyle=orthogonalEdgeStyle;orthogonalLoop=1;html=1;endArrow=block;endFill=1;strokeColor=#A855F7;strokeWidth=1.5;shadow=0;glass=0;gradientColor=none;rounded=0;" edge="1" parent="1" source="data-cloud" target="data-sandbox">
          <mxGeometry relative="1" as="geometry"/>
        </mxCell>
        <mxCell id="da3" style="edgeStyle=orthogonalEdgeStyle;orthogonalLoop=1;html=1;endArrow=block;endFill=1;strokeColor=#A855F7;strokeWidth=1.5;shadow=0;glass=0;gradientColor=none;rounded=0;" edge="1" parent="1" source="data-sandbox" target="data-viz">
          <mxGeometry relative="1" as="geometry"/>
        </mxCell>

        <!-- ============================================================ -->
        <!-- COLUMN 4: AI ENGINE — Observability (bottom of col 4)        -->
        <!-- ============================================================ -->

        <mxCell id="obs-box" value="" style="rounded=1;whiteSpace=wrap;html=1;fillColor=#475569;strokeColor=#334155;strokeWidth=1;shadow=0;glass=0;gradientColor=none;arcSize=8;" vertex="1" parent="1">
          <mxGeometry x="740" y="680" width="180" height="60" as="geometry"/>
        </mxCell>
        <mxCell id="obs-label" value="&lt;b style=&quot;color:#FFFFFF;font-size:11px&quot;&gt;Observability&lt;/b&gt;&lt;br&gt;&lt;font style=&quot;font-size:9px;color:#CBD5E1&quot;&gt;Prometheus Metrics&lt;/font&gt;" style="text;html=1;strokeColor=none;fillColor=none;align=center;verticalAlign=middle;shadow=0;glass=0;gradientColor=none;" vertex="1" parent="1">
          <mxGeometry x="740" y="680" width="180" height="60" as="geometry"/>
        </mxCell>

        <!-- ============================================================ -->
        <!-- COLUMN 5: DATA & STORAGE                                     -->
        <!-- ============================================================ -->

        <!-- PostgreSQL -->
        <mxCell id="pg-box" value="" style="rounded=1;whiteSpace=wrap;html=1;fillColor=#FFFFFF;strokeColor=#CBD5E1;strokeWidth=1;shadow=0;glass=0;gradientColor=none;arcSize=8;" vertex="1" parent="1">
          <mxGeometry x="1520" y="120" width="160" height="120" as="geometry"/>
        </mxCell>
        <mxCell id="pg-icon" value="" style="shape=mxgraph.aws4.database;fillColor=#336791;strokeColor=none;shadow=0;glass=0;gradientColor=none;" vertex="1" parent="1">
          <mxGeometry x="1576" y="128" width="48" height="48" as="geometry"/>
        </mxCell>
        <mxCell id="pg-label" value="&lt;b style=&quot;color:#1E293B;font-size:13px&quot;&gt;PostgreSQL&lt;/b&gt;&lt;br&gt;&lt;font style=&quot;font-size:9px;color:#64748B&quot;&gt;pgvector extension&lt;br&gt;IVFFlat index&lt;br&gt;768-dim embeddings&lt;/font&gt;" style="text;html=1;strokeColor=none;fillColor=none;align=center;verticalAlign=top;shadow=0;glass=0;gradientColor=none;" vertex="1" parent="1">
          <mxGeometry x="1525" y="178" width="150" height="60" as="geometry"/>
        </mxCell>

        <!-- LLM Dispatch -->
        <mxCell id="llm-box" value="" style="rounded=1;whiteSpace=wrap;html=1;fillColor=#FFFFFF;strokeColor=#CBD5E1;strokeWidth=1;shadow=0;glass=0;gradientColor=none;arcSize=8;" vertex="1" parent="1">
          <mxGeometry x="1520" y="280" width="160" height="200" as="geometry"/>
        </mxCell>
        <mxCell id="llm-icon" value="" style="shape=mxgraph.aws4.resourceIcon;resIcon=mxgraph.aws4.sagemaker;fillColor=#2563EB;strokeColor=none;shadow=0;glass=0;gradientColor=none;" vertex="1" parent="1">
          <mxGeometry x="1576" y="290" width="48" height="48" as="geometry"/>
        </mxCell>
        <mxCell id="llm-label" value="&lt;b style=&quot;color:#1E293B;font-size:13px&quot;&gt;LLM Dispatch&lt;/b&gt;&lt;br&gt;&lt;font style=&quot;font-size:9px;color:#64748B&quot;&gt;Hybrid routing&lt;br&gt;local + cloud&lt;/font&gt;" style="text;html=1;strokeColor=none;fillColor=none;align=center;verticalAlign=top;shadow=0;glass=0;gradientColor=none;" vertex="1" parent="1">
          <mxGeometry x="1525" y="340" width="150" height="50" as="geometry"/>
        </mxCell>

        <!-- LLM sub-items -->
        <mxCell id="llm-ollama" value="&lt;font style=&quot;font-size:9px;color:#1E293B&quot;&gt;&lt;b&gt;Ollama&lt;/b&gt; Qwen2.5:7b&lt;/font&gt;" style="rounded=1;whiteSpace=wrap;html=1;fillColor=#F1F5F9;strokeColor=#CBD5E1;strokeWidth=1;shadow=0;glass=0;gradientColor=none;arcSize=6;" vertex="1" parent="1">
          <mxGeometry x="1530" y="394" width="140" height="24" as="geometry"/>
        </mxCell>
        <mxCell id="llm-llama" value="&lt;font style=&quot;font-size:9px;color:#1E293B&quot;&gt;&lt;b&gt;llama.cpp&lt;/b&gt; Metal&lt;/font&gt;" style="rounded=1;whiteSpace=wrap;html=1;fillColor=#F1F5F9;strokeColor=#CBD5E1;strokeWidth=1;shadow=0;glass=0;gradientColor=none;arcSize=6;" vertex="1" parent="1">
          <mxGeometry x="1530" y="424" width="140" height="24" as="geometry"/>
        </mxCell>
        <mxCell id="llm-cloud" value="&lt;font style=&quot;font-size:9px;color:#1E293B&quot;&gt;&lt;b&gt;Cloud&lt;/b&gt; Zhipu / Gemini&lt;/font&gt;" style="rounded=1;whiteSpace=wrap;html=1;fillColor=#F1F5F9;strokeColor=#CBD5E1;strokeWidth=1;shadow=0;glass=0;gradientColor=none;arcSize=6;" vertex="1" parent="1">
          <mxGeometry x="1530" y="454" width="140" height="24" as="geometry"/>
        </mxCell>

        <!-- Document Store -->
        <mxCell id="doc-box" value="" style="rounded=1;whiteSpace=wrap;html=1;fillColor=#FFFFFF;strokeColor=#CBD5E1;strokeWidth=1;shadow=0;glass=0;gradientColor=none;arcSize=8;" vertex="1" parent="1">
          <mxGeometry x="1520" y="520" width="160" height="90" as="geometry"/>
        </mxCell>
        <mxCell id="doc-icon" value="" style="shape=mxgraph.aws4.database;fillColor=#F59E0B;strokeColor=none;shadow=0;glass=0;gradientColor=none;" vertex="1" parent="1">
          <mxGeometry x="1576" y="528" width="48" height="48" as="geometry"/>
        </mxCell>
        <mxCell id="doc-label" value="&lt;b style=&quot;color:#1E293B;font-size:12px&quot;&gt;Document Store&lt;/b&gt;&lt;br&gt;&lt;font style=&quot;font-size:9px;color:#64748B&quot;&gt;~12 construction docs&lt;br&gt;PDF, CSV, images&lt;/font&gt;" style="text;html=1;strokeColor=none;fillColor=none;align=center;verticalAlign=bottom;shadow=0;glass=0;gradientColor=none;" vertex="1" parent="1">
          <mxGeometry x="1525" y="564" width="150" height="40" as="geometry"/>
        </mxCell>

        <!-- Audit Log -->
        <mxCell id="audit-box" value="" style="rounded=1;whiteSpace=wrap;html=1;fillColor=#FFFFFF;strokeColor=#CBD5E1;strokeWidth=1;shadow=0;glass=0;gradientColor=none;arcSize=8;" vertex="1" parent="1">
          <mxGeometry x="1520" y="650" width="160" height="70" as="geometry"/>
        </mxCell>
        <mxCell id="audit-icon" value="" style="shape=mxgraph.aws4.database;fillColor=#475569;strokeColor=none;shadow=0;glass=0;gradientColor=none;" vertex="1" parent="1">
          <mxGeometry x="1528" y="660" width="28" height="28" as="geometry"/>
        </mxCell>
        <mxCell id="audit-label" value="&lt;b style=&quot;color:#1E293B;font-size:11px&quot;&gt;Audit Log&lt;/b&gt;&lt;br&gt;&lt;font style=&quot;font-size:9px;color:#64748B&quot;&gt;Tenant-aware&lt;br&gt;usage tracking&lt;/font&gt;" style="text;html=1;strokeColor=none;fillColor=none;align=center;verticalAlign=middle;shadow=0;glass=0;gradientColor=none;" vertex="1" parent="1">
          <mxGeometry x="1550" y="655" width="120" height="60" as="geometry"/>
        </mxCell>

        <!-- ============================================================ -->
        <!-- CROSS-COLUMN CONNECTIONS                                      -->
        <!-- ============================================================ -->

        <!-- Client → FastAPI -->
        <mxCell id="e-client-gw" value="HTTPS" style="edgeStyle=orthogonalEdgeStyle;orthogonalLoop=1;html=1;endArrow=block;endFill=1;strokeColor=#334155;strokeWidth=2;shadow=0;glass=0;gradientColor=none;rounded=0;labelBackgroundColor=#FFFFFF;fontSize=9;fontColor=#64748B;" edge="1" parent="1" source="client-box" target="fastapi-box">
          <mxGeometry relative="1" as="geometry"/>
        </mxCell>

        <!-- Security → Intent Classifier -->
        <mxCell id="e-gw-orch" style="edgeStyle=orthogonalEdgeStyle;orthogonalLoop=1;html=1;endArrow=block;endFill=1;strokeColor=#334155;strokeWidth=2;shadow=0;glass=0;gradientColor=none;rounded=0;" edge="1" parent="1" source="sec-box" target="intent-box">
          <mxGeometry relative="1" as="geometry"/>
        </mxCell>

        <!-- Router → RAG (Path A) -->
        <mxCell id="e-route-rag" value="RAG" style="edgeStyle=orthogonalEdgeStyle;orthogonalLoop=1;html=1;endArrow=block;endFill=1;strokeColor=#2563EB;strokeWidth=2;shadow=0;glass=0;gradientColor=none;rounded=0;labelBackgroundColor=#FFFFFF;fontSize=9;fontColor=#2563EB;" edge="1" parent="1" source="route-box" target="rag-embed">
          <mxGeometry relative="1" as="geometry">
            <Array as="points">
              <mxPoint x="730" y="315"/>
              <mxPoint x="730" y="178"/>
            </Array>
          </mxGeometry>
        </mxCell>

        <!-- Router → Cost (Path B) -->
        <mxCell id="e-route-cost" value="Cost" style="edgeStyle=orthogonalEdgeStyle;orthogonalLoop=1;html=1;endArrow=block;endFill=1;strokeColor=#16A34A;strokeWidth=2;shadow=0;glass=0;gradientColor=none;rounded=0;labelBackgroundColor=#FFFFFF;fontSize=9;fontColor=#16A34A;" edge="1" parent="1" source="route-box" target="cost-feat">
          <mxGeometry relative="1" as="geometry"/>
        </mxCell>

        <!-- Router → Data Analysis (Path C) -->
        <mxCell id="e-route-data" value="Analysis" style="edgeStyle=orthogonalEdgeStyle;orthogonalLoop=1;html=1;endArrow=block;endFill=1;strokeColor=#9333EA;strokeWidth=2;shadow=0;glass=0;gradientColor=none;rounded=0;labelBackgroundColor=#FFFFFF;fontSize=9;fontColor=#9333EA;" edge="1" parent="1" source="route-box" target="data-meta">
          <mxGeometry relative="1" as="geometry">
            <Array as="points">
              <mxPoint x="730" y="315"/>
              <mxPoint x="730" y="554"/>
            </Array>
          </mxGeometry>
        </mxCell>

        <!-- RAG Search → PostgreSQL (vector lookup) -->
        <mxCell id="e-rag-pg" value="vector query" style="edgeStyle=orthogonalEdgeStyle;orthogonalLoop=1;html=1;endArrow=block;endFill=1;strokeColor=#336791;strokeWidth=1.5;dashed=1;shadow=0;glass=0;gradientColor=none;rounded=0;labelBackgroundColor=#FFFFFF;fontSize=8;fontColor=#336791;" edge="1" parent="1" source="rag-search" target="pg-box">
          <mxGeometry relative="1" as="geometry">
            <Array as="points">
              <mxPoint x="945" y="230"/>
              <mxPoint x="1500" y="230"/>
              <mxPoint x="1500" y="180"/>
            </Array>
          </mxGeometry>
        </mxCell>

        <!-- LLM Gen → LLM Dispatch -->
        <mxCell id="e-rag-llm" value="inference" style="edgeStyle=orthogonalEdgeStyle;orthogonalLoop=1;html=1;endArrow=block;endFill=1;strokeColor=#2563EB;strokeWidth=1.5;dashed=1;shadow=0;glass=0;gradientColor=none;rounded=0;labelBackgroundColor=#FFFFFF;fontSize=8;fontColor=#2563EB;" edge="1" parent="1" source="rag-llm" target="llm-box">
          <mxGeometry relative="1" as="geometry">
            <Array as="points">
              <mxPoint x="1210" y="250"/>
              <mxPoint x="1500" y="250"/>
              <mxPoint x="1500" y="380"/>
            </Array>
          </mxGeometry>
        </mxCell>

        <!-- Cloud LLM → LLM Dispatch -->
        <mxCell id="e-data-llm" value="code gen" style="edgeStyle=orthogonalEdgeStyle;orthogonalLoop=1;html=1;endArrow=block;endFill=1;strokeColor=#9333EA;strokeWidth=1.5;dashed=1;shadow=0;glass=0;gradientColor=none;rounded=0;labelBackgroundColor=#FFFFFF;fontSize=8;fontColor=#9333EA;" edge="1" parent="1" source="data-cloud" target="llm-box">
          <mxGeometry relative="1" as="geometry">
            <Array as="points">
              <mxPoint x="1005" y="600"/>
              <mxPoint x="1490" y="600"/>
              <mxPoint x="1490" y="380"/>
            </Array>
          </mxGeometry>
        </mxCell>

        <!-- Memory → PostgreSQL -->
        <mxCell id="e-mem-pg" style="edgeStyle=orthogonalEdgeStyle;orthogonalLoop=1;html=1;endArrow=block;endFill=1;strokeColor=#D97706;strokeWidth=1.5;dashed=1;shadow=0;glass=0;gradientColor=none;rounded=0;" edge="1" parent="1" source="mem-box" target="pg-box">
          <mxGeometry relative="1" as="geometry">
            <Array as="points">
              <mxPoint x="590" y="490"/>
              <mxPoint x="590" y="760"/>
              <mxPoint x="1600" y="760"/>
              <mxPoint x="1600" y="240"/>
            </Array>
          </mxGeometry>
        </mxCell>

        <!-- ============================================================ -->
        <!-- LEGEND (bottom-left)                                          -->
        <!-- ============================================================ -->
        <mxCell id="legend-box" value="" style="rounded=1;whiteSpace=wrap;html=1;fillColor=#FFFFFF;strokeColor=#CBD5E1;strokeWidth=1;shadow=0;glass=0;gradientColor=none;arcSize=6;" vertex="1" parent="1">
          <mxGeometry x="40" y="900" width="520" height="140" as="geometry"/>
        </mxCell>
        <mxCell id="legend-title" value="&lt;b style=&quot;font-size:11px;color:#1E293B;letter-spacing:1px&quot;&gt;LEGEND&lt;/b&gt;" style="text;html=1;strokeColor=none;fillColor=none;align=left;verticalAlign=middle;shadow=0;glass=0;gradientColor=none;" vertex="1" parent="1">
          <mxGeometry x="55" y="908" width="80" height="20" as="geometry"/>
        </mxCell>

        <!-- Legend: Path A -->
        <mxCell id="leg-a-color" value="" style="rounded=1;whiteSpace=wrap;html=1;fillColor=#2563EB;strokeColor=none;shadow=0;glass=0;gradientColor=none;" vertex="1" parent="1">
          <mxGeometry x="55" y="938" width="24" height="14" as="geometry"/>
        </mxCell>
        <mxCell id="leg-a-text" value="&lt;font style=&quot;font-size:10px;color:#1E293B&quot;&gt;&lt;b&gt;Path A&lt;/b&gt; — RAG Knowledge QA (hybrid retrieval + reranking + LLM generation)&lt;/font&gt;" style="text;html=1;strokeColor=none;fillColor=none;align=left;verticalAlign=middle;shadow=0;glass=0;gradientColor=none;" vertex="1" parent="1">
          <mxGeometry x="85" y="933" width="460" height="24" as="geometry"/>
        </mxCell>

        <!-- Legend: Path B -->
        <mxCell id="leg-b-color" value="" style="rounded=1;whiteSpace=wrap;html=1;fillColor=#16A34A;strokeColor=none;shadow=0;glass=0;gradientColor=none;" vertex="1" parent="1">
          <mxGeometry x="55" y="962" width="24" height="14" as="geometry"/>
        </mxCell>
        <mxCell id="leg-b-text" value="&lt;font style=&quot;font-size:10px;color:#1E293B&quot;&gt;&lt;b&gt;Path B&lt;/b&gt; — Cost Estimation (Ridge regression on construction cost data)&lt;/font&gt;" style="text;html=1;strokeColor=none;fillColor=none;align=left;verticalAlign=middle;shadow=0;glass=0;gradientColor=none;" vertex="1" parent="1">
          <mxGeometry x="85" y="957" width="460" height="24" as="geometry"/>
        </mxCell>

        <!-- Legend: Path C -->
        <mxCell id="leg-c-color" value="" style="rounded=1;whiteSpace=wrap;html=1;fillColor=#9333EA;strokeColor=none;shadow=0;glass=0;gradientColor=none;" vertex="1" parent="1">
          <mxGeometry x="55" y="986" width="24" height="14" as="geometry"/>
        </mxCell>
        <mxCell id="leg-c-text" value="&lt;font style=&quot;font-size:10px;color:#1E293B&quot;&gt;&lt;b&gt;Path C&lt;/b&gt; — Dynamic Data Analysis (cloud LLM code gen + Docker sandbox)&lt;/font&gt;" style="text;html=1;strokeColor=none;fillColor=none;align=left;verticalAlign=middle;shadow=0;glass=0;gradientColor=none;" vertex="1" parent="1">
          <mxGeometry x="85" y="981" width="460" height="24" as="geometry"/>
        </mxCell>

        <!-- Legend: Dashed -->
        <mxCell id="leg-d-line" value="" style="endArrow=none;dashed=1;html=1;strokeColor=#64748B;strokeWidth=1.5;shadow=0;glass=0;gradientColor=none;" edge="1" parent="1">
          <mxGeometry relative="1" as="geometry">
            <mxPoint x="55" y="1017" as="sourcePoint"/>
            <mxPoint x="79" y="1017" as="targetPoint"/>
          </mxGeometry>
        </mxCell>
        <mxCell id="leg-d-text" value="&lt;font style=&quot;font-size:10px;color:#1E293B&quot;&gt;&lt;b&gt;Dashed&lt;/b&gt; — Data-plane connections (vector queries, LLM inference, storage)&lt;/font&gt;" style="text;html=1;strokeColor=none;fillColor=none;align=left;verticalAlign=middle;shadow=0;glass=0;gradientColor=none;" vertex="1" parent="1">
          <mxGeometry x="85" y="1005" width="460" height="24" as="geometry"/>
        </mxCell>

        <!-- ============================================================ -->
        <!-- TECH STACK ANNOTATION (bottom-right)                          -->
        <!-- ============================================================ -->
        <mxCell id="tech-box" value="" style="rounded=1;whiteSpace=wrap;html=1;fillColor=#FFFFFF;strokeColor=#CBD5E1;strokeWidth=1;shadow=0;glass=0;gradientColor=none;arcSize=6;" vertex="1" parent="1">
          <mxGeometry x="1300" y="900" width="380" height="140" as="geometry"/>
        </mxCell>
        <mxCell id="tech-title" value="&lt;b style=&quot;font-size:11px;color:#1E293B;letter-spacing:1px&quot;&gt;TECH STACK&lt;/b&gt;" style="text;html=1;strokeColor=none;fillColor=none;align=left;verticalAlign=middle;shadow=0;glass=0;gradientColor=none;" vertex="1" parent="1">
          <mxGeometry x="1315" y="908" width="100" height="20" as="geometry"/>
        </mxCell>
        <mxCell id="tech-content" value="&lt;font style=&quot;font-size:9px;color:#475569;line-height:1.6&quot;&gt;&lt;b&gt;LLM:&lt;/b&gt; Qwen2.5:7b (Ollama / llama.cpp Metal)&lt;br&gt;&lt;b&gt;Embeddings:&lt;/b&gt; nomic-embed-text-v1.5 (768-dim)&lt;br&gt;&lt;b&gt;Vector DB:&lt;/b&gt; PostgreSQL + pgvector (IVFFlat)&lt;br&gt;&lt;b&gt;Reranking:&lt;/b&gt; bge-reranker-base cross-encoder&lt;br&gt;&lt;b&gt;OCR:&lt;/b&gt; PaddleOCR (Python 3.13.x)&lt;br&gt;&lt;b&gt;Backend:&lt;/b&gt; FastAPI + LangChain / LangGraph&lt;br&gt;&lt;b&gt;Frontend:&lt;/b&gt; Next.js + TypeScript&lt;/font&gt;" style="text;html=1;strokeColor=none;fillColor=none;align=left;verticalAlign=top;shadow=0;glass=0;gradientColor=none;" vertex="1" parent="1">
          <mxGeometry x="1315" y="932" width="350" height="100" as="geometry"/>
        </mxCell>

      </root>
    </mxGraphModel>
  </diagram>
</mxfile>
